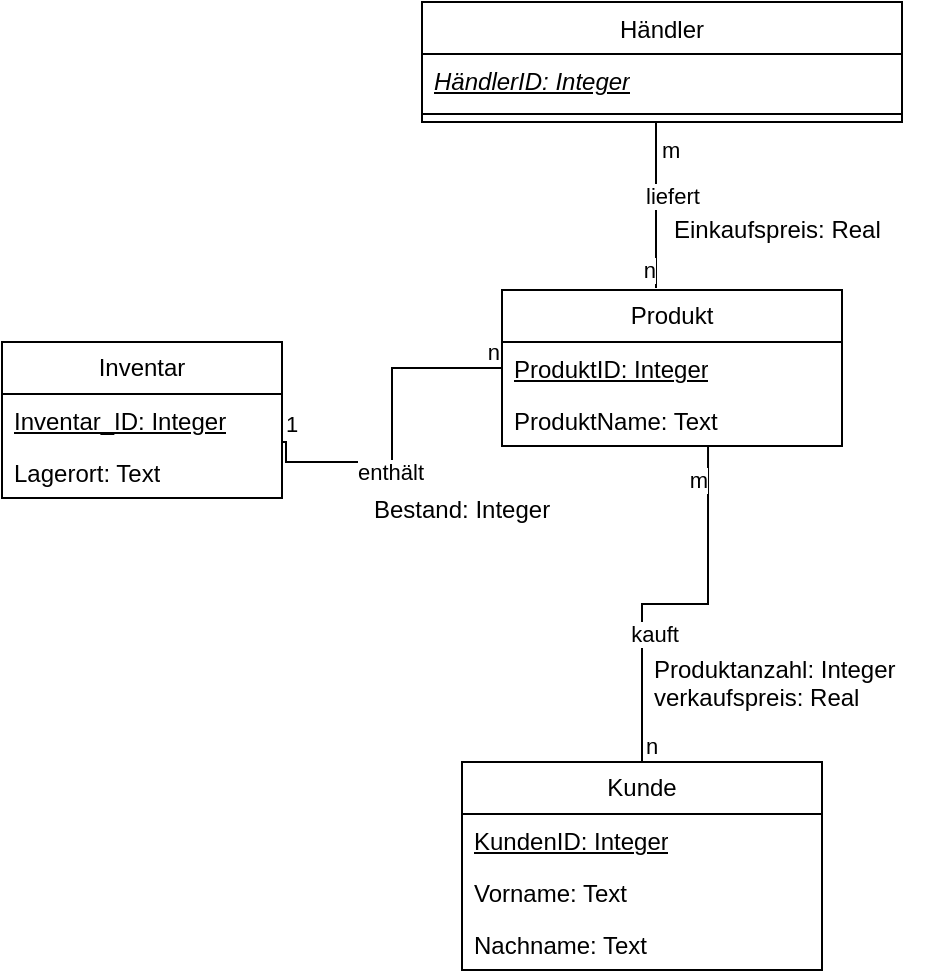
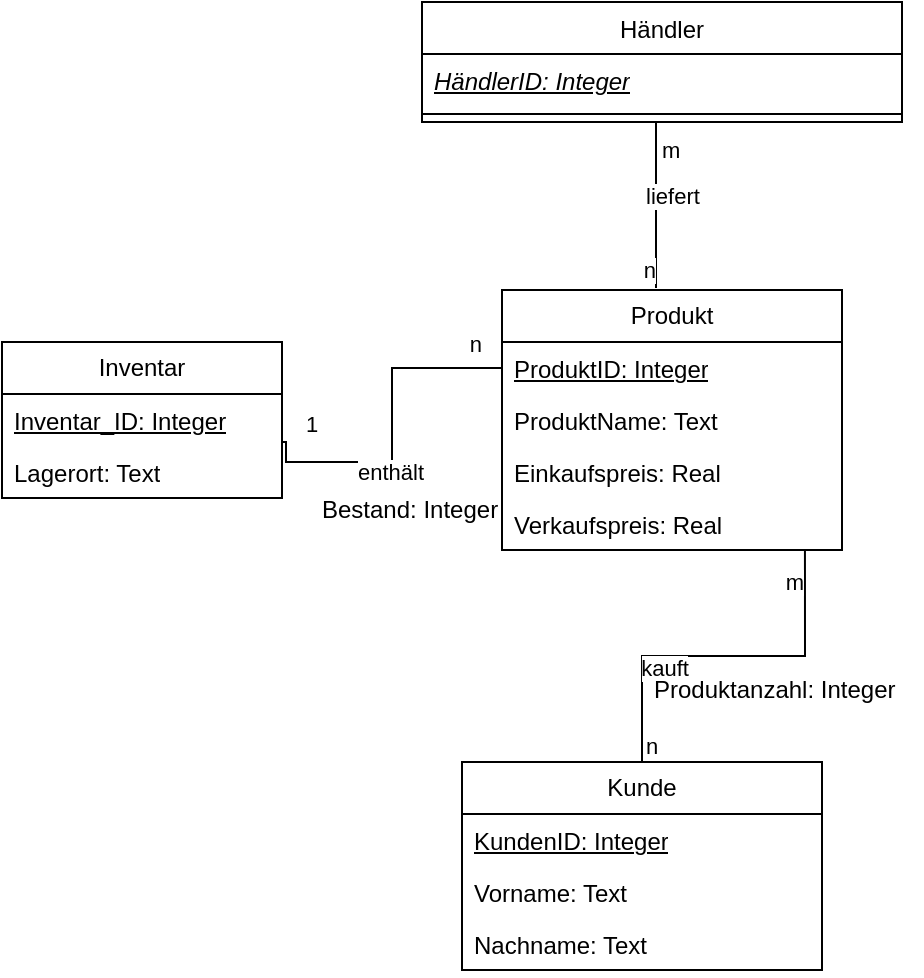
<mxfile host="Electron" agent="Mozilla/5.0 (Windows NT 10.0; Win64; x64) AppleWebKit/537.36 (KHTML, like Gecko) draw.io/23.1.5 Chrome/120.0.6099.109 Electron/28.1.0 Safari/537.36">
  <diagram name="Seite-1" id="zRFhC1JhQhvgA2iYbmPQ">
    <mxGraphModel dx="589" dy="512" grid="1" gridSize="10" guides="1" tooltips="1" connect="1" arrows="1" fold="1" page="1" pageScale="1" pageWidth="827" pageHeight="1169" math="0" shadow="0">
      <root>
        <mxCell id="0" />
        <mxCell id="1" parent="0" />
        <mxCell id="Is3GVWOtyZzmBliWF83r-1" parent="1" style="swimlane;fontStyle=0;childLayout=stackLayout;horizontal=1;startSize=26;fillColor=none;horizontalStack=0;resizeParent=1;resizeParentMax=0;resizeLast=0;collapsible=1;marginBottom=0;whiteSpace=wrap;html=1;" value="Inventar" vertex="1">
          <mxGeometry height="78" width="140" x="260" y="340" as="geometry" />
        </mxCell>
        <mxCell id="Is3GVWOtyZzmBliWF83r-2" parent="Is3GVWOtyZzmBliWF83r-1" style="text;strokeColor=none;fillColor=none;align=left;verticalAlign=top;spacingLeft=4;spacingRight=4;overflow=hidden;rotatable=0;points=[[0,0.5],[1,0.5]];portConstraint=eastwest;whiteSpace=wrap;html=1;" value="&lt;u&gt;Inventar_ID: Integer&lt;/u&gt;" vertex="1">
          <mxGeometry height="26" width="140" y="26" as="geometry" />
        </mxCell>
        <mxCell id="yu2kc8jbZQRpU0shBopS-1" parent="Is3GVWOtyZzmBliWF83r-1" style="text;strokeColor=none;fillColor=none;align=left;verticalAlign=top;spacingLeft=4;spacingRight=4;overflow=hidden;rotatable=0;points=[[0,0.5],[1,0.5]];portConstraint=eastwest;whiteSpace=wrap;html=1;" value="Lagerort: Text" vertex="1">
          <mxGeometry height="26" width="140" y="52" as="geometry" />
        </mxCell>
        <mxCell id="Is3GVWOtyZzmBliWF83r-5" parent="1" style="swimlane;fontStyle=0;childLayout=stackLayout;horizontal=1;startSize=26;fillColor=none;horizontalStack=0;resizeParent=1;resizeParentMax=0;resizeLast=0;collapsible=1;marginBottom=0;whiteSpace=wrap;html=1;" value="Produkt" vertex="1">
-           <mxGeometry height="78" width="170" x="510" y="314" as="geometry" />
+           <mxGeometry height="130" width="170" x="510" y="314" as="geometry" />
        </mxCell>
        <mxCell id="Is3GVWOtyZzmBliWF83r-6" parent="Is3GVWOtyZzmBliWF83r-5" style="text;strokeColor=none;fillColor=none;align=left;verticalAlign=top;spacingLeft=4;spacingRight=4;overflow=hidden;rotatable=0;points=[[0,0.5],[1,0.5]];portConstraint=eastwest;whiteSpace=wrap;html=1;" value="&lt;u&gt;ProduktID: Integer&lt;/u&gt;" vertex="1">
          <mxGeometry height="26" width="170" y="26" as="geometry" />
        </mxCell>
        <mxCell id="Is3GVWOtyZzmBliWF83r-7" parent="Is3GVWOtyZzmBliWF83r-5" style="text;strokeColor=none;fillColor=none;align=left;verticalAlign=top;spacingLeft=4;spacingRight=4;overflow=hidden;rotatable=0;points=[[0,0.5],[1,0.5]];portConstraint=eastwest;whiteSpace=wrap;html=1;" value="ProduktName: Text" vertex="1">
          <mxGeometry height="26" width="170" y="52" as="geometry" />
+         </mxCell>
+         <mxCell id="9d2SOzoO8xg9qqlNjvsp-9" parent="Is3GVWOtyZzmBliWF83r-5" style="text;strokeColor=none;fillColor=none;align=left;verticalAlign=top;spacingLeft=4;spacingRight=4;overflow=hidden;rotatable=0;points=[[0,0.5],[1,0.5]];portConstraint=eastwest;whiteSpace=wrap;html=1;" value="Einkaufspreis: Real" vertex="1">
+           <mxGeometry height="26" width="170" y="78" as="geometry" />
+         </mxCell>
+         <mxCell id="Ql6vv8n3iQn83vTSMOCl-1" parent="Is3GVWOtyZzmBliWF83r-5" style="text;strokeColor=none;fillColor=none;align=left;verticalAlign=top;spacingLeft=4;spacingRight=4;overflow=hidden;rotatable=0;points=[[0,0.5],[1,0.5]];portConstraint=eastwest;whiteSpace=wrap;html=1;" value="Verkaufspreis: Real" vertex="1">
+           <mxGeometry height="26" width="170" y="104" as="geometry" />
        </mxCell>
        <mxCell id="Is3GVWOtyZzmBliWF83r-9" parent="1" style="swimlane;fontStyle=1;align=center;verticalAlign=top;childLayout=stackLayout;horizontal=1;startSize=26;horizontalStack=0;resizeParent=1;resizeParentMax=0;resizeLast=0;collapsible=1;marginBottom=0;whiteSpace=wrap;html=1;" value="&lt;span style=&quot;font-weight: normal;&quot;&gt;Händler&lt;/span&gt;" vertex="1">
          <mxGeometry height="60" width="240" x="470" y="170" as="geometry" />
        </mxCell>
        <mxCell id="Is3GVWOtyZzmBliWF83r-10" parent="Is3GVWOtyZzmBliWF83r-9" style="text;strokeColor=none;fillColor=none;align=left;verticalAlign=top;spacingLeft=4;spacingRight=4;overflow=hidden;rotatable=0;points=[[0,0.5],[1,0.5]];portConstraint=eastwest;whiteSpace=wrap;html=1;" value="&lt;u&gt;&lt;i&gt;HändlerID: Integer&lt;/i&gt;&lt;/u&gt;" vertex="1">
          <mxGeometry height="26" width="240" y="26" as="geometry" />
        </mxCell>
        <mxCell id="Is3GVWOtyZzmBliWF83r-11" parent="Is3GVWOtyZzmBliWF83r-9" style="line;strokeWidth=1;fillColor=none;align=left;verticalAlign=middle;spacingTop=-1;spacingLeft=3;spacingRight=3;rotatable=0;labelPosition=right;points=[];portConstraint=eastwest;strokeColor=inherit;" value="" vertex="1">
          <mxGeometry height="8" width="240" y="52" as="geometry" />
        </mxCell>
        <mxCell id="Is3GVWOtyZzmBliWF83r-13" parent="1" style="swimlane;fontStyle=0;childLayout=stackLayout;horizontal=1;startSize=26;fillColor=none;horizontalStack=0;resizeParent=1;resizeParentMax=0;resizeLast=0;collapsible=1;marginBottom=0;whiteSpace=wrap;html=1;" value="Kunde" vertex="1">
          <mxGeometry height="104" width="180" x="490" y="550" as="geometry" />
        </mxCell>
        <mxCell id="Is3GVWOtyZzmBliWF83r-19" parent="Is3GVWOtyZzmBliWF83r-13" style="text;strokeColor=none;fillColor=none;align=left;verticalAlign=top;spacingLeft=4;spacingRight=4;overflow=hidden;rotatable=0;points=[[0,0.5],[1,0.5]];portConstraint=eastwest;whiteSpace=wrap;html=1;" value="&lt;u&gt;KundenID: Integer&lt;/u&gt;" vertex="1">
          <mxGeometry height="26" width="180" y="26" as="geometry" />
        </mxCell>
        <mxCell id="Is3GVWOtyZzmBliWF83r-15" parent="Is3GVWOtyZzmBliWF83r-13" style="text;strokeColor=none;fillColor=none;align=left;verticalAlign=top;spacingLeft=4;spacingRight=4;overflow=hidden;rotatable=0;points=[[0,0.5],[1,0.5]];portConstraint=eastwest;whiteSpace=wrap;html=1;" value="Vorname: Text" vertex="1">
          <mxGeometry height="26" width="180" y="52" as="geometry" />
        </mxCell>
        <mxCell id="Is3GVWOtyZzmBliWF83r-16" parent="Is3GVWOtyZzmBliWF83r-13" style="text;strokeColor=none;fillColor=none;align=left;verticalAlign=top;spacingLeft=4;spacingRight=4;overflow=hidden;rotatable=0;points=[[0,0.5],[1,0.5]];portConstraint=eastwest;whiteSpace=wrap;html=1;" value="Nachname: Text" vertex="1">
          <mxGeometry height="26" width="180" y="78" as="geometry" />
        </mxCell>
-         <mxCell id="Is3GVWOtyZzmBliWF83r-27" edge="1" parent="1" source="Is3GVWOtyZzmBliWF83r-13" style="endArrow=none;html=1;edgeStyle=orthogonalEdgeStyle;rounded=0;exitX=0.5;exitY=0;exitDx=0;exitDy=0;entryX=0.606;entryY=1;entryDx=0;entryDy=0;entryPerimeter=0;" target="Is3GVWOtyZzmBliWF83r-7" value="">
+         <mxCell id="Is3GVWOtyZzmBliWF83r-27" edge="1" parent="1" source="Is3GVWOtyZzmBliWF83r-13" style="endArrow=none;html=1;edgeStyle=orthogonalEdgeStyle;rounded=0;exitX=0.5;exitY=0;exitDx=0;exitDy=0;entryX=0.891;entryY=0.98;entryDx=0;entryDy=0;entryPerimeter=0;" target="Ql6vv8n3iQn83vTSMOCl-1" value="">
          <mxGeometry relative="1" as="geometry">
            <mxPoint x="500" y="500" as="sourcePoint" />
-             <mxPoint x="607.0699999999999" y="424" as="targetPoint" />
+             <mxPoint x="600" y="430" as="targetPoint" />
          </mxGeometry>
        </mxCell>
        <mxCell id="Is3GVWOtyZzmBliWF83r-28" connectable="0" parent="Is3GVWOtyZzmBliWF83r-27" style="edgeLabel;resizable=0;html=1;align=left;verticalAlign=bottom;" value="n" vertex="1">
          <mxGeometry relative="1" x="-1" as="geometry" />
        </mxCell>
        <mxCell id="Is3GVWOtyZzmBliWF83r-29" connectable="0" parent="Is3GVWOtyZzmBliWF83r-27" style="edgeLabel;resizable=0;html=1;align=right;verticalAlign=bottom;" value="m" vertex="1">
          <mxGeometry relative="1" x="1" as="geometry">
            <mxPoint y="25" as="offset" />
          </mxGeometry>
        </mxCell>
        <mxCell id="Is3GVWOtyZzmBliWF83r-30" connectable="0" parent="Is3GVWOtyZzmBliWF83r-27" style="edgeLabel;html=1;align=center;verticalAlign=middle;resizable=0;points=[];" value="kauft" vertex="1">
          <mxGeometry relative="1" x="-0.3267" y="-6" as="geometry">
            <mxPoint as="offset" />
          </mxGeometry>
        </mxCell>
        <mxCell id="Is3GVWOtyZzmBliWF83r-33" edge="1" parent="1" style="endArrow=none;html=1;edgeStyle=orthogonalEdgeStyle;rounded=0;entryX=0.55;entryY=0.01;entryDx=0;entryDy=0;entryPerimeter=0;exitX=0.492;exitY=1.077;exitDx=0;exitDy=0;exitPerimeter=0;" value="">
          <mxGeometry relative="1" as="geometry">
            <Array as="points">
              <mxPoint x="587" y="230" />
            </Array>
            <mxPoint x="588.0799999999999" y="230.00199999999995" as="sourcePoint" />
            <mxPoint x="587" y="313.03999999999996" as="targetPoint" />
          </mxGeometry>
        </mxCell>
        <mxCell id="Is3GVWOtyZzmBliWF83r-34" connectable="0" parent="Is3GVWOtyZzmBliWF83r-33" style="edgeLabel;resizable=0;html=1;align=left;verticalAlign=bottom;" value="m" vertex="1">
          <mxGeometry relative="1" x="-1" as="geometry">
            <mxPoint y="22" as="offset" />
          </mxGeometry>
        </mxCell>
        <mxCell id="Is3GVWOtyZzmBliWF83r-35" connectable="0" parent="Is3GVWOtyZzmBliWF83r-33" style="edgeLabel;resizable=0;html=1;align=right;verticalAlign=bottom;" value="n" vertex="1">
          <mxGeometry relative="1" x="1" as="geometry" />
        </mxCell>
        <mxCell id="Is3GVWOtyZzmBliWF83r-36" connectable="0" parent="Is3GVWOtyZzmBliWF83r-33" style="edgeLabel;html=1;align=center;verticalAlign=middle;resizable=0;points=[];" value="liefert" vertex="1">
          <mxGeometry relative="1" x="-0.0946" y="8" as="geometry">
            <mxPoint as="offset" />
          </mxGeometry>
        </mxCell>
        <mxCell id="Is3GVWOtyZzmBliWF83r-38" edge="1" parent="1" source="Is3GVWOtyZzmBliWF83r-2" style="endArrow=none;html=1;edgeStyle=orthogonalEdgeStyle;rounded=0;entryX=0;entryY=0.5;entryDx=0;entryDy=0;exitX=1;exitY=0.923;exitDx=0;exitDy=0;exitPerimeter=0;" target="Is3GVWOtyZzmBliWF83r-5" value="">
          <mxGeometry relative="1" as="geometry">
            <Array as="points">
              <mxPoint x="402" y="390" />
              <mxPoint x="402" y="400" />
              <mxPoint x="455" y="400" />
              <mxPoint x="455" y="353" />
            </Array>
            <mxPoint x="330" y="430" as="sourcePoint" />
            <mxPoint x="490" y="430" as="targetPoint" />
          </mxGeometry>
        </mxCell>
        <mxCell id="Is3GVWOtyZzmBliWF83r-39" connectable="0" parent="Is3GVWOtyZzmBliWF83r-38" style="edgeLabel;resizable=0;html=1;align=left;verticalAlign=bottom;" value="1" vertex="1">
-           <mxGeometry relative="1" x="-1" as="geometry" />
+           <mxGeometry relative="1" x="-1" as="geometry">
+             <mxPoint x="10" as="offset" />
+           </mxGeometry>
        </mxCell>
        <mxCell id="Is3GVWOtyZzmBliWF83r-40" connectable="0" parent="Is3GVWOtyZzmBliWF83r-38" style="edgeLabel;resizable=0;html=1;align=right;verticalAlign=bottom;" value="n" vertex="1">
-           <mxGeometry relative="1" x="1" as="geometry" />
+           <mxGeometry relative="1" x="1" as="geometry">
+             <mxPoint x="-10" y="-29" as="offset" />
+           </mxGeometry>
        </mxCell>
        <mxCell id="9d2SOzoO8xg9qqlNjvsp-1" connectable="0" parent="1" style="edgeLabel;html=1;align=center;verticalAlign=middle;resizable=0;points=[];" value="enthält" vertex="1">
          <mxGeometry x="430" y="470" as="geometry">
            <mxPoint x="24" y="-65" as="offset" />
          </mxGeometry>
        </mxCell>
-         <mxCell id="9d2SOzoO8xg9qqlNjvsp-8" parent="1" style="text;strokeColor=none;fillColor=none;align=left;verticalAlign=top;spacingLeft=4;spacingRight=4;overflow=hidden;rotatable=0;points=[[0,0.5],[1,0.5]];portConstraint=eastwest;whiteSpace=wrap;html=1;" value="Produktanzahl: Integer&lt;div&gt;verkaufspreis: Real&lt;/div&gt;" vertex="1">
-           <mxGeometry height="40" width="140" x="580" y="490" as="geometry" />
-         </mxCell>
-         <mxCell id="9d2SOzoO8xg9qqlNjvsp-9" parent="1" style="text;strokeColor=none;fillColor=none;align=left;verticalAlign=top;spacingLeft=4;spacingRight=4;overflow=hidden;rotatable=0;points=[[0,0.5],[1,0.5]];portConstraint=eastwest;whiteSpace=wrap;html=1;" value="Einkaufspreis: Real" vertex="1">
-           <mxGeometry height="26" width="140" x="590" y="270" as="geometry" />
+         <mxCell id="9d2SOzoO8xg9qqlNjvsp-8" parent="1" style="text;strokeColor=none;fillColor=none;align=left;verticalAlign=top;spacingLeft=4;spacingRight=4;overflow=hidden;rotatable=0;points=[[0,0.5],[1,0.5]];portConstraint=eastwest;whiteSpace=wrap;html=1;" value="Produktanzahl: Integer" vertex="1">
+           <mxGeometry height="30" width="140" x="580" y="500" as="geometry" />
        </mxCell>
        <mxCell id="Is3GVWOtyZzmBliWF83r-3" parent="1" style="text;strokeColor=none;fillColor=none;align=left;verticalAlign=top;spacingLeft=4;spacingRight=4;overflow=hidden;rotatable=0;points=[[0,0.5],[1,0.5]];portConstraint=eastwest;whiteSpace=wrap;html=1;" value="Bestand: Integer" vertex="1">
-           <mxGeometry height="30" width="140" x="440" y="410" as="geometry" />
+           <mxGeometry height="30" width="140" x="414" y="410" as="geometry" />
        </mxCell>
      </root>
    </mxGraphModel>
  </diagram>
</mxfile>
